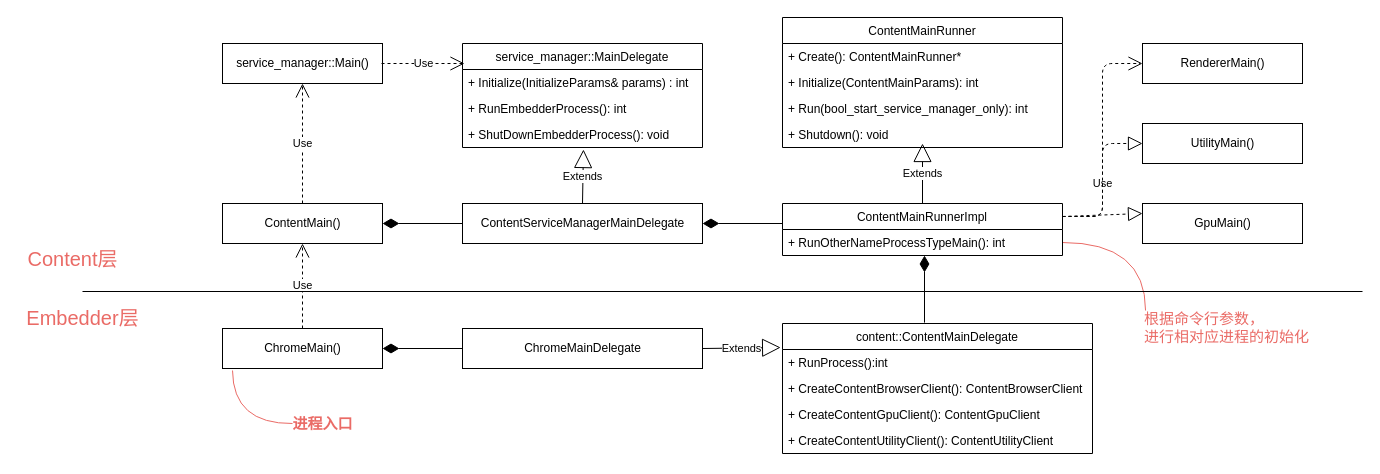
The draw.io diagram chromium/chromium startup.drawio in YuWeiCong/draw.io, before the edit. Source tidied: cells renumbered, new cells numbered last; positions are measured from the earlier drawing's top-left corner, leaving out a move shared by most shapes. Both pictures are drawn from the tidied source at 100%, with x=0, y=0 at pixel (17, 17).
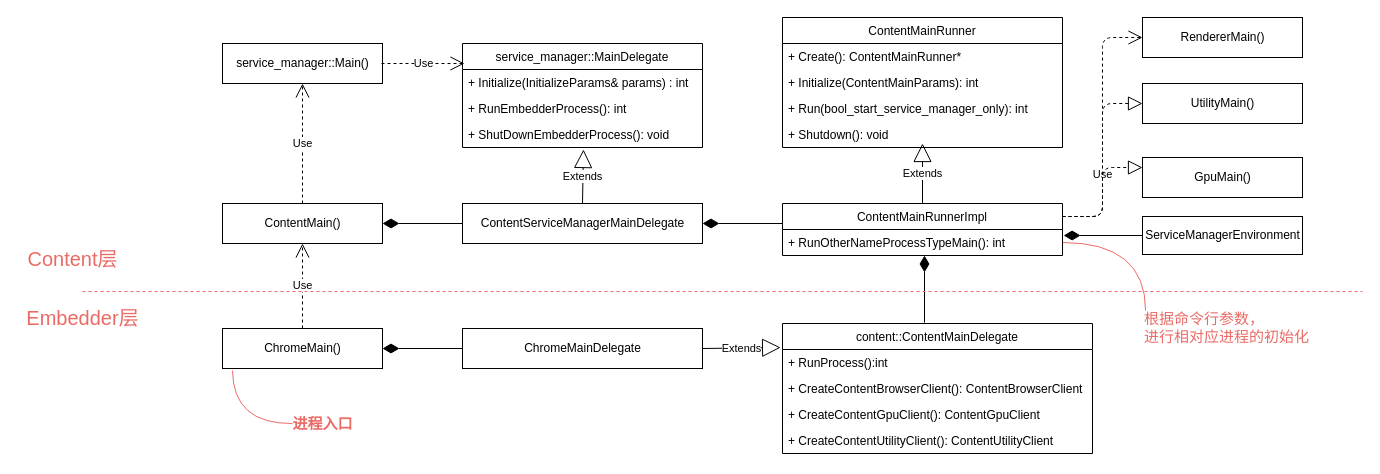
The same diagram, later.

The change refers to these unchanged cells:
```xml
<mxCell id="36" value="ContentMainRunnerImpl" style="swimlane;fontStyle=0;horizontal=1;startSize=26;fillColor=none;" parent="1" vertex="1">
  <mxGeometry x="765" y="186" width="280" height="52" as="geometry" />
</mxCell>
<mxCell id="37" value="+ RunOtherNameProcessTypeMain(): int" style="text;strokeColor=none;fillColor=none;align=left;verticalAlign=top;spacingLeft=4;spacingRight=4;overflow=hidden;points=[[0,0.5],[1,0.5]];portConstraint=eastwest;" parent="36" vertex="1">
  <mxGeometry y="26" width="280" height="26" as="geometry" />
</mxCell>
```

The edit, as a diff of the source:
```diff
@@
     <mxCell id="16" value="Use" style="endArrow=open;endSize=12;dashed=1;html=1;entryX=0;entryY=0.5;entryDx=0;entryDy=0;exitX=1;exitY=0.25;exitDx=0;exitDy=0;" parent="1" edge="1" source="36" target="20">
       <mxGeometry x="-0.37" relative="1" as="geometry">
         <Array as="points">
           <mxPoint x="1085" y="199" />
-          <mxPoint x="1085" y="46" />
+          <mxPoint x="1085" y="20" />
         </Array>
       </mxGeometry>
     </mxCell>
@@
     <mxCell id="20" value="RendererMain()" style="html=1;" parent="1" vertex="1">
-      <mxGeometry x="1125" y="26" width="160" height="40" as="geometry" />
+      <mxGeometry x="1125" width="160" height="40" as="geometry" />
     </mxCell>
@@
     <mxCell id="22" value="UtilityMain()" style="html=1;" parent="1" vertex="1">
-      <mxGeometry x="1125" y="106" width="160" height="40" as="geometry" />
+      <mxGeometry x="1125" y="66" width="160" height="40" as="geometry" />
     </mxCell>
     <mxCell id="23" value="GpuMain()" style="html=1;" parent="1" vertex="1">
-      <mxGeometry x="1125" y="186" width="160" height="40" as="geometry" />
+      <mxGeometry x="1125" y="140" width="160" height="40" as="geometry" />
     </mxCell>
     <mxCell id="24" style="endArrow=block;dashed=1;endFill=0;endSize=12;html=1;entryX=0;entryY=0.5;entryDx=0;entryDy=0;exitX=1;exitY=0.25;exitDx=0;exitDy=0;" parent="1" edge="1" source="36" target="22">
       <mxGeometry relative="1" as="geometry">
         <Array as="points">
           <mxPoint x="1085" y="199" />
-          <mxPoint x="1085" y="126" />
+          <mxPoint x="1085" y="86" />
         </Array>
       </mxGeometry>
     </mxCell>
     <mxCell id="25" style="endArrow=block;dashed=1;endFill=0;endSize=12;html=1;exitX=1;exitY=0.25;exitDx=0;exitDy=0;entryX=0;entryY=0.25;entryDx=0;entryDy=0;" parent="1" edge="1" target="23">
       <mxGeometry relative="1" as="geometry">
         <mxPoint x="1045" y="199" as="sourcePoint" />
+        <Array as="points">
+          <mxPoint x="1085" y="199" />
+          <mxPoint x="1085" y="150" />
+        </Array>
       </mxGeometry>
     </mxCell>
@@
-    <mxCell id="43" style="line;strokeWidth=1;fillColor=none;align=left;verticalAlign=middle;spacingTop=-1;spacingLeft=3;spacingRight=3;labelPosition=right;fontSize=15;fontColor=#EA6B66;" parent="1" vertex="1">
+    <mxCell id="43" style="line;strokeWidth=1;fillColor=#ffe6cc;align=left;verticalAlign=middle;spacingTop=-1;spacingLeft=3;spacingRight=3;labelPosition=right;fontSize=15;dashed=1;strokeColor=#EA6B66;" parent="1" vertex="1">
       <mxGeometry x="65" y="270" width="1280" height="8" as="geometry" />
     </mxCell>
@@
+    <mxCell id="46" value="ServiceManagerEnvironment" style="html=1;" parent="1" vertex="1">
+      <mxGeometry x="1125" y="199" width="160" height="38" as="geometry" />
+    </mxCell>
+    <mxCell id="47" style="endArrow=diamondThin;endFill=1;endSize=14;html=1;exitX=0;exitY=0.5;exitDx=0;exitDy=0;entryX=1.004;entryY=0.231;entryDx=0;entryDy=0;entryPerimeter=0;" parent="1" edge="1" source="46" target="37">
+      <mxGeometry relative="1" as="geometry" />
+    </mxCell>
```
